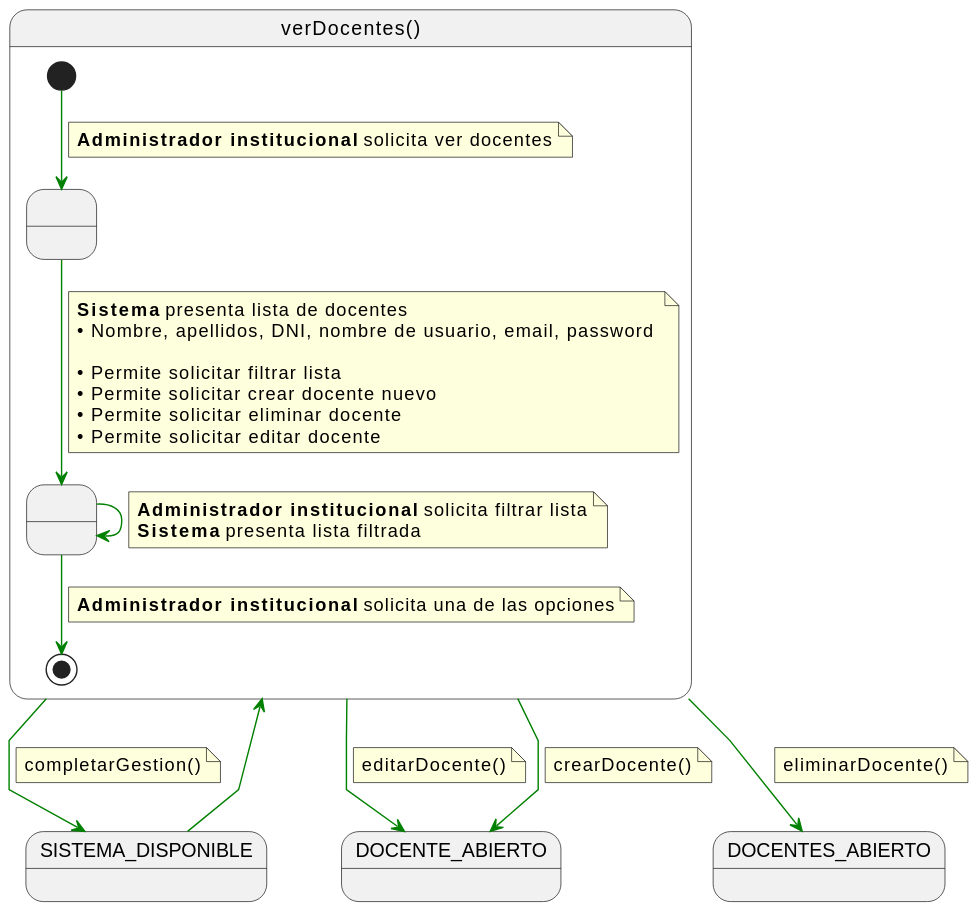
Above: documents/casos-de-uso/detalladoCasosDeUso/verDocentes/verDocentes.svg in martinlopez7/25-26-IdSw1-SdR (PlantUML), before the change.
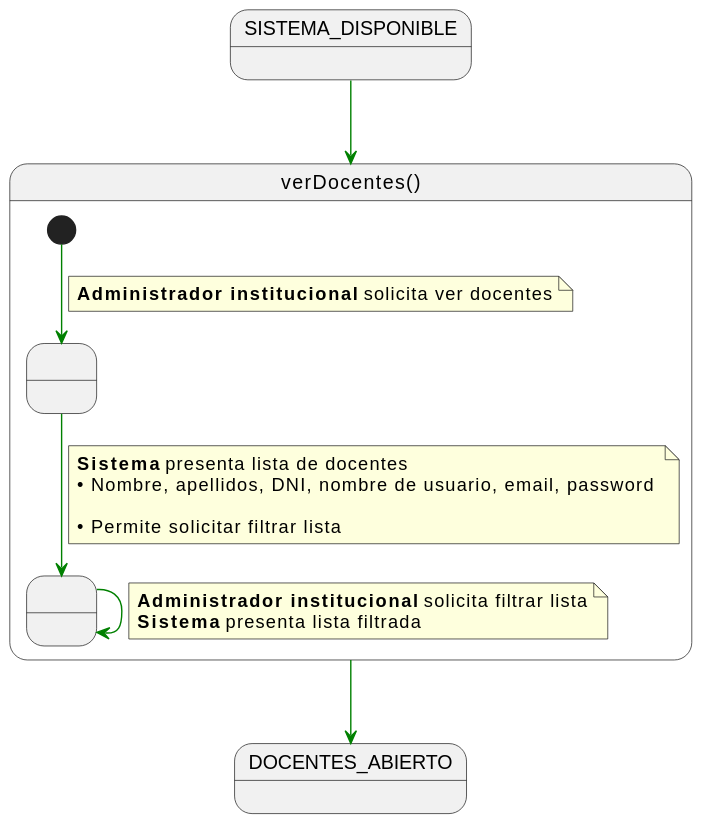
Later version of the same file.

What changed in the source:
```diff
@@ -17,9 +17,6 @@
     •  Nombre, apellidos, DNI, nombre de usuario, email, password
 
     • Permite solicitar filtrar lista
-    • Permite solicitar crear docente nuevo
-    • Permite solicitar eliminar docente
-    • Permite solicitar editar docente
     end note
 
     FiltrandoDocentes -[#green]-> FiltrandoDocentes
@@ -27,32 +24,9 @@
     <b>Administrador institucional</b> solicita filtrar lista
     <b>Sistema</b> presenta lista filtrada
     end note
-
-    FiltrandoDocentes -[#green]-> [*]
-    note on link
-    <b>Administrador institucional</b> solicita una de las opciones
-    end note
 }
 
 SISTEMA_DISPONIBLE -[#green]-> verDocentes
 
-verDocentes -[#green]-> DOCENTE_ABIERTO
-note on link
-editarDocente()
-end note
-
-verDocentes -[#green]-> DOCENTE_ABIERTO
-note on link
-crearDocente()
-end note
-
 verDocentes -[#green]-> DOCENTES_ABIERTO
-note on link
-eliminarDocente()
-end note
-
-verDocentes -[#green]-> SISTEMA_DISPONIBLE
-note on link
-completarGestion()
-end note
 @enduml
```
